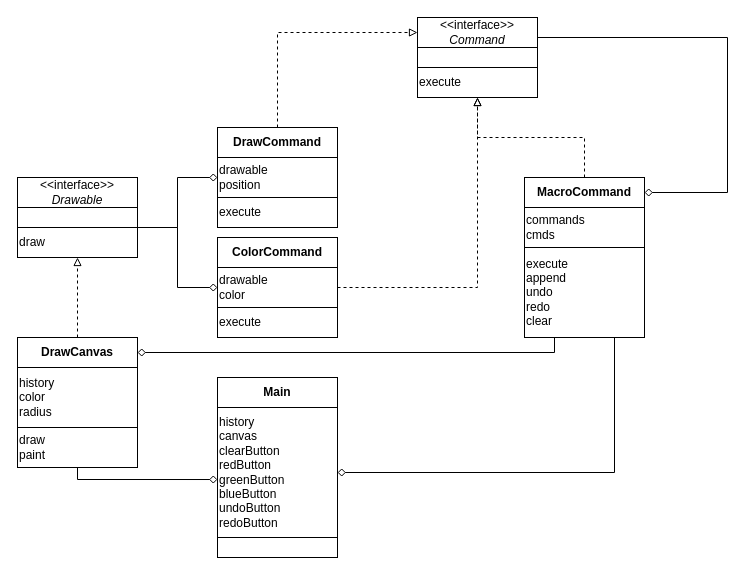
Above: Command Pattern.drawio in HYEONJI-K/2021 (draw.io), before the change. Source tidied: cells renumbered, new cells numbered last; positions are measured from the earlier drawing's top-left corner, leaving out a move shared by most shapes. Both pictures are drawn from the tidied source at 100%, with x=0, y=0 at pixel (17, 17).
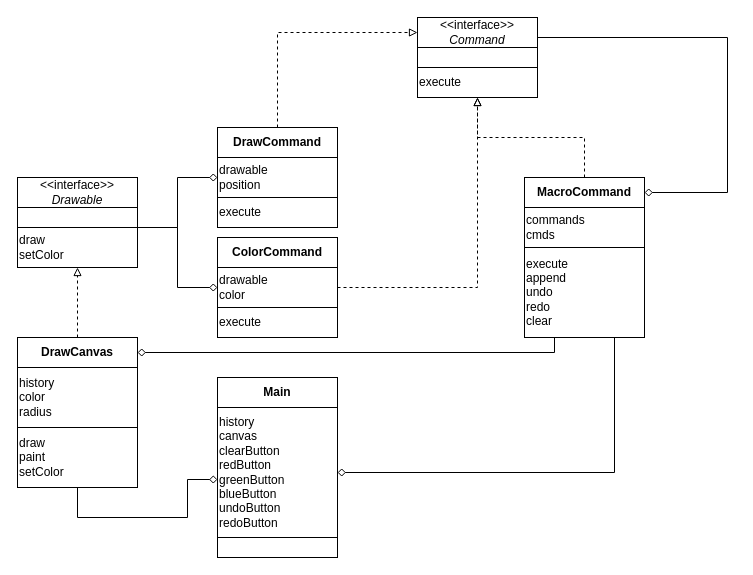
After the change.

The change refers to these unchanged cells:
```xml
<mxCell id="28" value="history&lt;br&gt;canvas&lt;br&gt;clearButton&lt;br&gt;redButton&lt;br&gt;greenButton&lt;br&gt;blueButton&lt;br&gt;undoButton&lt;br&gt;redoButton" style="rounded=0;whiteSpace=wrap;html=1;align=left;" parent="1" vertex="1">
  <mxGeometry x="200" y="390" width="120" height="130" as="geometry" />
</mxCell>
```

Diff of the diagram source:
```diff
@@
-    <mxCell id="18" value="draw" style="rounded=0;whiteSpace=wrap;html=1;align=left;" parent="1" vertex="1">
-      <mxGeometry y="210" width="120" height="30" as="geometry" />
+    <mxCell id="18" value="draw&lt;br&gt;setColor" style="rounded=0;whiteSpace=wrap;html=1;align=left;" parent="1" vertex="1">
+      <mxGeometry y="210" width="120" height="40" as="geometry" />
     </mxCell>
@@
-    <mxCell id="23" value="draw&lt;br&gt;paint" style="rounded=0;whiteSpace=wrap;html=1;align=left;" parent="1" vertex="1">
-      <mxGeometry y="410" width="120" height="40" as="geometry" />
+    <mxCell id="23" value="draw&lt;br&gt;paint&lt;br&gt;setColor" style="rounded=0;whiteSpace=wrap;html=1;align=left;" parent="1" vertex="1">
+      <mxGeometry y="410" width="120" height="60" as="geometry" />
     </mxCell>
@@
     <mxCell id="26" style="edgeStyle=orthogonalEdgeStyle;rounded=0;jettySize=auto;html=1;entryX=0.5;entryY=1;entryDx=0;entryDy=0;startArrow=diamond;startFill=0;endArrow=none;endFill=0;exitX=0;exitY=0.554;exitDx=0;exitDy=0;exitPerimeter=0;" parent="1" edge="1" source="28" target="23">
       <mxGeometry relative="1" as="geometry">
         <Array as="points">
-          <mxPoint x="60" y="462" />
+          <mxPoint x="170" y="462" />
+          <mxPoint x="170" y="500" />
+          <mxPoint x="60" y="500" />
         </Array>
       </mxGeometry>
     </mxCell>
```
